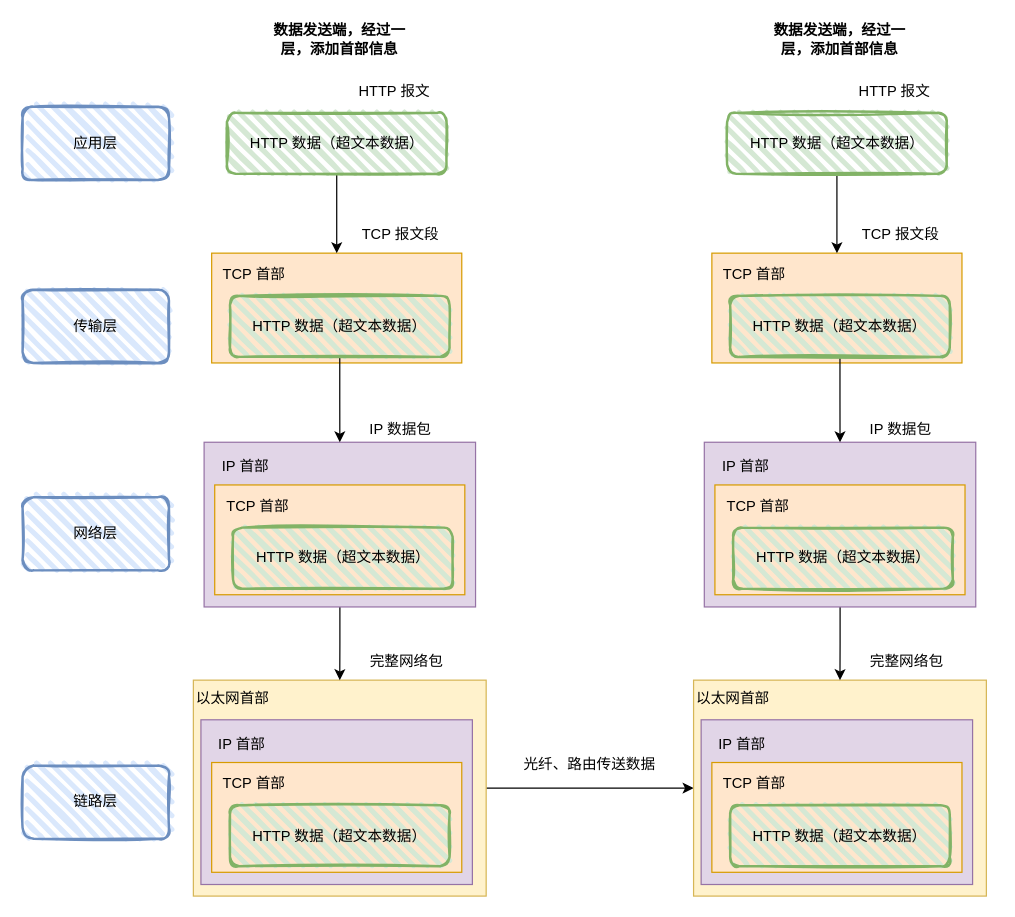
Before: Untitled Diagram.drawio in YIMEng-0/JavaPlus, a draw.io diagram. Source tidied: cells renumbered, new cells numbered last; positions are measured from the earlier drawing's top-left corner, leaving out a move shared by most shapes. Both pictures are drawn from the tidied source at 122%, with x=0, y=0 at pixel (22, 21).
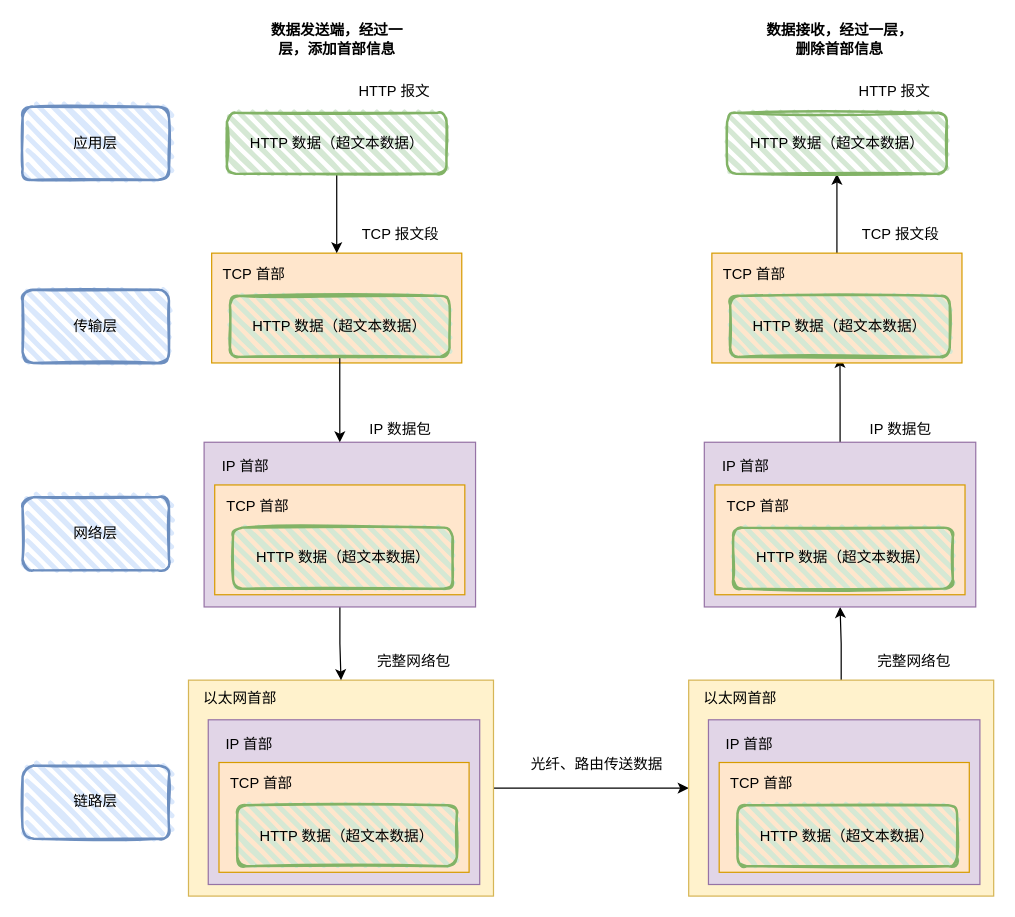
After the change.

Commit message:
计算机网络 - Http

The change refers to these unchanged cells:
```xml
<mxCell id="33" style="rounded=0;whiteSpace=wrap;html=1;shadow=0;glass=0;fillStyle=hachure;fillColor=#e1d5e7;strokeColor=#9673a6;" parent="1" vertex="1">
  <mxGeometry x="558.8" y="345" width="222.5" height="135" as="geometry" />
</mxCell>
<mxCell id="34" style="rounded=0;whiteSpace=wrap;html=1;shadow=0;glass=0;fillStyle=hachure;fillColor=#ffe6cc;strokeColor=#d79b00;" parent="1" vertex="1">
  <mxGeometry x="565" y="190" width="205" height="90" as="geometry" />
</mxCell>
<mxCell id="36" value="HTTP 数据（超文本数据）" style="rounded=1;whiteSpace=wrap;html=1;strokeWidth=2;fillWeight=4;hachureGap=8;hachureAngle=45;fillColor=#d5e8d4;sketch=1;fillStyle=hachure;shadow=0;glass=0;strokeColor=#82b366;" parent="1" vertex="1">
  <mxGeometry x="577.5" y="75" width="180" height="50" as="geometry" />
</mxCell>
<mxCell id="39" value="HTTP 数据（超文本数据）" style="rounded=1;whiteSpace=wrap;html=1;strokeWidth=2;fillWeight=4;hachureGap=8;hachureAngle=45;fillColor=#d5e8d4;sketch=1;fillStyle=hachure;shadow=0;glass=0;strokeColor=#82b366;" parent="1" vertex="1">
  <mxGeometry x="580" y="225" width="180" height="50" as="geometry" />
</mxCell>
```

What changed in the source:
```diff
@@
     <mxCell id="3" style="rounded=0;whiteSpace=wrap;html=1;shadow=0;glass=0;fillStyle=hachure;fillColor=#fff2cc;strokeColor=#d6b656;" parent="1" vertex="1">
-      <mxGeometry x="140" y="540" width="240" height="177" as="geometry" />
+      <mxGeometry x="136" y="540" width="250" height="177" as="geometry" />
     </mxCell>
@@
     <mxCell id="13" value="&lt;b&gt;数据发送端，经过一层，添加首部信息&lt;/b&gt;" style="text;html=1;strokeColor=none;fillColor=none;align=center;verticalAlign=middle;whiteSpace=wrap;rounded=0;shadow=0;glass=0;fillStyle=hachure;" parent="1" vertex="1">
-      <mxGeometry x="195" width="130" height="30" as="geometry" />
+      <mxGeometry x="192.5" width="130" height="30" as="geometry" />
     </mxCell>
@@
     <mxCell id="21" style="rounded=0;whiteSpace=wrap;html=1;shadow=0;glass=0;fillStyle=hachure;fillColor=#e1d5e7;strokeColor=#9673a6;" parent="1" vertex="1">
-      <mxGeometry x="146.2" y="572.5" width="222.5" height="135" as="geometry" />
+      <mxGeometry x="152.2" y="572.5" width="222.5" height="135" as="geometry" />
     </mxCell>
     <mxCell id="22" style="rounded=0;whiteSpace=wrap;html=1;shadow=0;glass=0;fillStyle=hachure;fillColor=#ffe6cc;strokeColor=#d79b00;" parent="1" vertex="1">
-      <mxGeometry x="155" y="607.5" width="205" height="90" as="geometry" />
+      <mxGeometry x="161" y="607.5" width="205" height="90" as="geometry" />
     </mxCell>
     <mxCell id="23" value="HTTP 数据（超文本数据）" style="rounded=1;whiteSpace=wrap;html=1;strokeWidth=2;fillWeight=4;hachureGap=8;hachureAngle=45;fillColor=#d5e8d4;sketch=1;fillStyle=hachure;shadow=0;glass=0;strokeColor=#82b366;" parent="1" vertex="1">
-      <mxGeometry x="170" y="642.5" width="180" height="50" as="geometry" />
+      <mxGeometry x="176" y="642.5" width="180" height="50" as="geometry" />
     </mxCell>
     <mxCell id="24" value="TCP 首部" style="text;html=1;strokeColor=none;fillColor=none;align=center;verticalAlign=middle;whiteSpace=wrap;rounded=0;shadow=0;glass=0;fillStyle=hachure;" parent="1" vertex="1">
-      <mxGeometry x="150" y="612.5" width="80" height="25" as="geometry" />
+      <mxGeometry x="156" y="612.5" width="80" height="25" as="geometry" />
     </mxCell>
     <mxCell id="25" value="IP 首部" style="text;html=1;strokeColor=none;fillColor=none;align=center;verticalAlign=middle;whiteSpace=wrap;rounded=0;shadow=0;glass=0;fillStyle=hachure;" parent="1" vertex="1">
-      <mxGeometry x="150" y="577.5" width="60" height="30" as="geometry" />
+      <mxGeometry x="156" y="577.5" width="60" height="30" as="geometry" />
     </mxCell>
     <mxCell id="26" value="以太网首部" style="text;html=1;strokeColor=none;fillColor=none;align=center;verticalAlign=middle;whiteSpace=wrap;rounded=0;shadow=0;glass=0;fillStyle=hachure;" parent="1" vertex="1">
-      <mxGeometry x="135" y="540" width="75" height="30" as="geometry" />
+      <mxGeometry x="141" y="540" width="75" height="30" as="geometry" />
     </mxCell>
@@
     <mxCell id="29" value="完整网络包" style="text;html=1;strokeColor=none;fillColor=none;align=center;verticalAlign=middle;whiteSpace=wrap;rounded=0;shadow=0;glass=0;fillStyle=hachure;" parent="1" vertex="1">
-      <mxGeometry x="280" y="510" width="70" height="30" as="geometry" />
+      <mxGeometry x="286" y="510" width="70" height="30" as="geometry" />
     </mxCell>
@@
+    <mxCell id="56" style="edgeStyle=orthogonalEdgeStyle;rounded=0;jettySize=auto;html=1;" parent="1" edge="1" source="31" target="33">
+      <mxGeometry relative="1" as="geometry" />
+    </mxCell>
     <mxCell id="31" style="rounded=0;whiteSpace=wrap;html=1;shadow=0;glass=0;fillStyle=hachure;fillColor=#fff2cc;strokeColor=#d6b656;" parent="1" vertex="1">
-      <mxGeometry x="550" y="540" width="240" height="177" as="geometry" />
+      <mxGeometry x="546" y="540" width="250" height="177" as="geometry" />
     </mxCell>
-    <mxCell id="32" style="edgeStyle=orthogonalEdgeStyle;rounded=0;jettySize=auto;html=1;" parent="1" edge="1" source="33" target="31">
-      <mxGeometry relative="1" as="geometry" />
-    </mxCell>
+    <mxCell id="57" style="edgeStyle=orthogonalEdgeStyle;rounded=0;jettySize=auto;html=1;entryX=0.5;entryY=1;entryDx=0;entryDy=0;" parent="1" edge="1" source="33" target="39">
+      <mxGeometry relative="1" as="geometry" />
+    </mxCell>
@@
+    <mxCell id="58" style="edgeStyle=orthogonalEdgeStyle;rounded=0;jettySize=auto;html=1;entryX=0.5;entryY=1;entryDx=0;entryDy=0;" parent="1" edge="1" source="34" target="36">
+      <mxGeometry relative="1" as="geometry" />
+    </mxCell>
@@
-    <mxCell id="35" style="edgeStyle=orthogonalEdgeStyle;rounded=0;jettySize=auto;html=1;entryX=0.5;entryY=0;entryDx=0;entryDy=0;" parent="1" edge="1" source="36" target="34">
-      <mxGeometry relative="1" as="geometry" />
-    </mxCell>
@@
-    <mxCell id="37" value="&lt;b&gt;数据发送端，经过一层，添加首部信息&lt;/b&gt;" style="text;html=1;strokeColor=none;fillColor=none;align=center;verticalAlign=middle;whiteSpace=wrap;rounded=0;shadow=0;glass=0;fillStyle=hachure;" parent="1" vertex="1">
+    <mxCell id="37" value="&lt;b&gt;数据接收，经过一层，删除首部信息&lt;/b&gt;" style="text;html=1;strokeColor=none;fillColor=none;align=center;verticalAlign=middle;whiteSpace=wrap;rounded=0;shadow=0;glass=0;fillStyle=hachure;" parent="1" vertex="1">
       <mxGeometry x="605" width="130" height="30" as="geometry" />
     </mxCell>
-    <mxCell id="38" style="edgeStyle=orthogonalEdgeStyle;rounded=0;jettySize=auto;html=1;entryX=0.5;entryY=0;entryDx=0;entryDy=0;" parent="1" edge="1" source="39" target="33">
-      <mxGeometry relative="1" as="geometry" />
-    </mxCell>
@@
     <mxCell id="45" style="rounded=0;whiteSpace=wrap;html=1;shadow=0;glass=0;fillStyle=hachure;fillColor=#e1d5e7;strokeColor=#9673a6;" parent="1" vertex="1">
-      <mxGeometry x="556.2" y="572.5" width="222.5" height="135" as="geometry" />
+      <mxGeometry x="562.2" y="572.5" width="222.5" height="135" as="geometry" />
     </mxCell>
     <mxCell id="46" style="rounded=0;whiteSpace=wrap;html=1;shadow=0;glass=0;fillStyle=hachure;fillColor=#ffe6cc;strokeColor=#d79b00;" parent="1" vertex="1">
-      <mxGeometry x="565" y="607.5" width="205" height="90" as="geometry" />
+      <mxGeometry x="571" y="607.5" width="205" height="90" as="geometry" />
     </mxCell>
     <mxCell id="47" value="HTTP 数据（超文本数据）" style="rounded=1;whiteSpace=wrap;html=1;strokeWidth=2;fillWeight=4;hachureGap=8;hachureAngle=45;fillColor=#d5e8d4;sketch=1;fillStyle=hachure;shadow=0;glass=0;strokeColor=#82b366;" parent="1" vertex="1">
-      <mxGeometry x="580" y="642.5" width="180" height="50" as="geometry" />
+      <mxGeometry x="586" y="642.5" width="180" height="50" as="geometry" />
     </mxCell>
     <mxCell id="48" value="TCP 首部" style="text;html=1;strokeColor=none;fillColor=none;align=center;verticalAlign=middle;whiteSpace=wrap;rounded=0;shadow=0;glass=0;fillStyle=hachure;" parent="1" vertex="1">
-      <mxGeometry x="560" y="612.5" width="80" height="25" as="geometry" />
+      <mxGeometry x="566" y="612.5" width="80" height="25" as="geometry" />
     </mxCell>
     <mxCell id="49" value="IP 首部" style="text;html=1;strokeColor=none;fillColor=none;align=center;verticalAlign=middle;whiteSpace=wrap;rounded=0;shadow=0;glass=0;fillStyle=hachure;" parent="1" vertex="1">
-      <mxGeometry x="560" y="577.5" width="60" height="30" as="geometry" />
+      <mxGeometry x="566" y="577.5" width="60" height="30" as="geometry" />
     </mxCell>
     <mxCell id="50" value="以太网首部" style="text;html=1;strokeColor=none;fillColor=none;align=center;verticalAlign=middle;whiteSpace=wrap;rounded=0;shadow=0;glass=0;fillStyle=hachure;" parent="1" vertex="1">
-      <mxGeometry x="545" y="540" width="75" height="30" as="geometry" />
+      <mxGeometry x="551" y="540" width="75" height="30" as="geometry" />
     </mxCell>
@@
     <mxCell id="53" value="完整网络包" style="text;html=1;strokeColor=none;fillColor=none;align=center;verticalAlign=middle;whiteSpace=wrap;rounded=0;shadow=0;glass=0;fillStyle=hachure;" parent="1" vertex="1">
-      <mxGeometry x="690" y="510" width="70" height="30" as="geometry" />
+      <mxGeometry x="696" y="510" width="70" height="30" as="geometry" />
     </mxCell>
@@
     <mxCell id="55" value="光纤、路由传送数据" style="text;html=1;strokeColor=none;fillColor=none;align=center;verticalAlign=middle;whiteSpace=wrap;rounded=0;shadow=0;glass=0;fillStyle=hachure;" parent="1" vertex="1">
-      <mxGeometry x="410" y="600" width="110" height="17" as="geometry" />
+      <mxGeometry x="416" y="600" width="110" height="17" as="geometry" />
     </mxCell>
```
